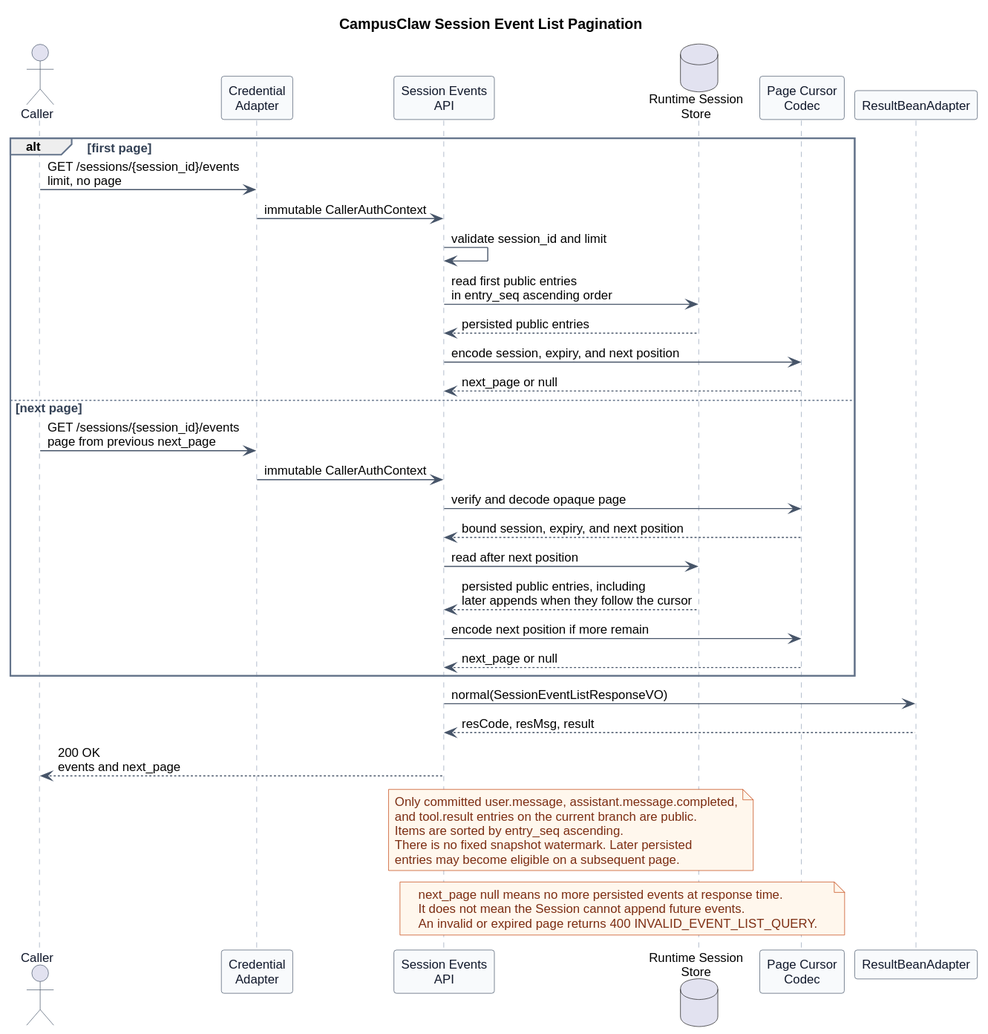
Above: pi-mono-java-manager-driven-multi-agent-runtime/diagrams/session-events/http_session_event_list.svg in ssm0808/pi-mono-java-design (PlantUML), before the change.
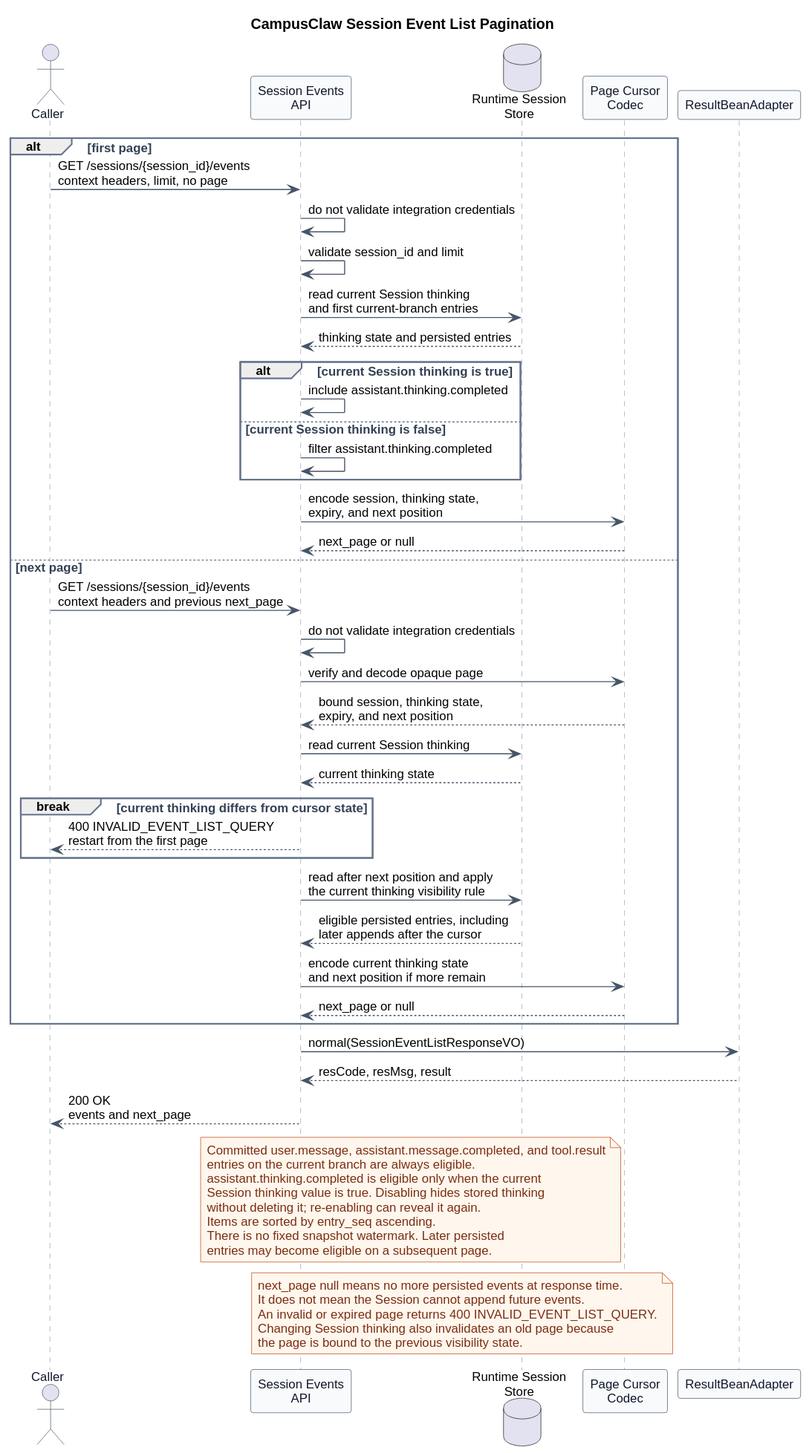
After the change.

Diff of the diagram source:
```diff
@@ -25,28 +25,37 @@
 }
 
 actor Caller
-participant "Credential\nAdapter" as Auth
 participant "Session Events\nAPI" as API
 database "Runtime Session\nStore" as Store
 participant "Page Cursor\nCodec" as Cursor
 participant ResultBeanAdapter
 
 alt first page
-  Caller -> Auth : GET /sessions/{session_id}/events\nlimit, no page
-  Auth -> API : immutable CallerAuthContext
+  Caller -> API : GET /sessions/{session_id}/events\ncontext headers, limit, no page
+  API -> API : do not validate integration credentials
   API -> API : validate session_id and limit
-  API -> Store : read first public entries\nin entry_seq ascending order
-  Store --> API : persisted public entries
-  API -> Cursor : encode session, expiry, and next position
+  API -> Store : read current Session thinking\nand first current-branch entries
+  Store --> API : thinking state and persisted entries
+  alt current Session thinking is true
+    API -> API : include assistant.thinking.completed
+  else current Session thinking is false
+    API -> API : filter assistant.thinking.completed
+  end
+  API -> Cursor : encode session, thinking state,\nexpiry, and next position
   Cursor --> API : next_page or null
 else next page
-  Caller -> Auth : GET /sessions/{session_id}/events\npage from previous next_page
-  Auth -> API : immutable CallerAuthContext
+  Caller -> API : GET /sessions/{session_id}/events\ncontext headers and previous next_page
+  API -> API : do not validate integration credentials
   API -> Cursor : verify and decode opaque page
-  Cursor --> API : bound session, expiry, and next position
-  API -> Store : read after next position
-  Store --> API : persisted public entries, including\nlater appends when they follow the cursor
-  API -> Cursor : encode next position if more remain
+  Cursor --> API : bound session, thinking state,\nexpiry, and next position
+  API -> Store : read current Session thinking
+  Store --> API : current thinking state
+  break current thinking differs from cursor state
+    API --> Caller : 400 INVALID_EVENT_LIST_QUERY\nrestart from the first page
+  end
+  API -> Store : read after next position and apply\nthe current thinking visibility rule
+  Store --> API : eligible persisted entries, including\nlater appends after the cursor
+  API -> Cursor : encode current thinking state\nand next position if more remain
   Cursor --> API : next_page or null
 end
 
@@ -55,8 +64,11 @@
 API --> Caller : 200 OK\nevents and next_page
 
 note over API,Store
-Only committed user.message, assistant.message.completed,
-and tool.result entries on the current branch are public.
+Committed user.message, assistant.message.completed, and tool.result
+entries on the current branch are always eligible.
+assistant.thinking.completed is eligible only when the current
+Session thinking value is true. Disabling hides stored thinking
+without deleting it; re-enabling can reveal it again.
 Items are sorted by entry_seq ascending.
 There is no fixed snapshot watermark. Later persisted
 entries may become eligible on a subsequent page.
@@ -66,5 +78,7 @@
 next_page null means no more persisted events at response time.
 It does not mean the Session cannot append future events.
 An invalid or expired page returns 400 INVALID_EVENT_LIST_QUERY.
+Changing Session thinking also invalidates an old page because
+the page is bound to the previous visibility state.
 end note
 @enduml
```
